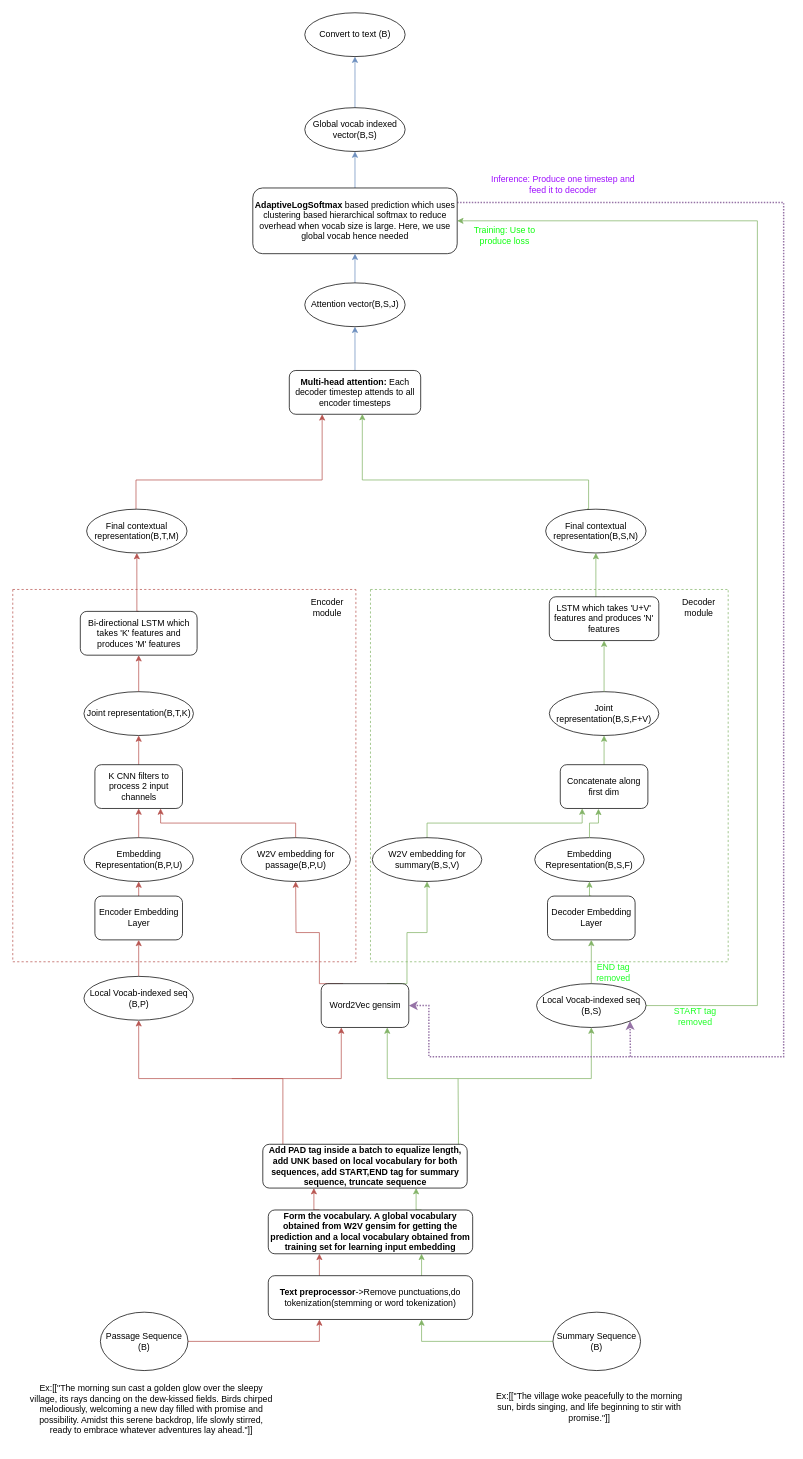
This is documentation/model_architecture_LSTM_CNN_W2V_with_attention.drawio from akshaygrao77/Text-Summarization, a draw.io file, before an edit. Source tidied: cells renumbered, new cells numbered last; positions are measured from the earlier drawing's top-left corner, leaving out a move shared by most shapes. Both pictures are drawn from the tidied source at 73%, with x=0, y=0 at pixel (12, 12).
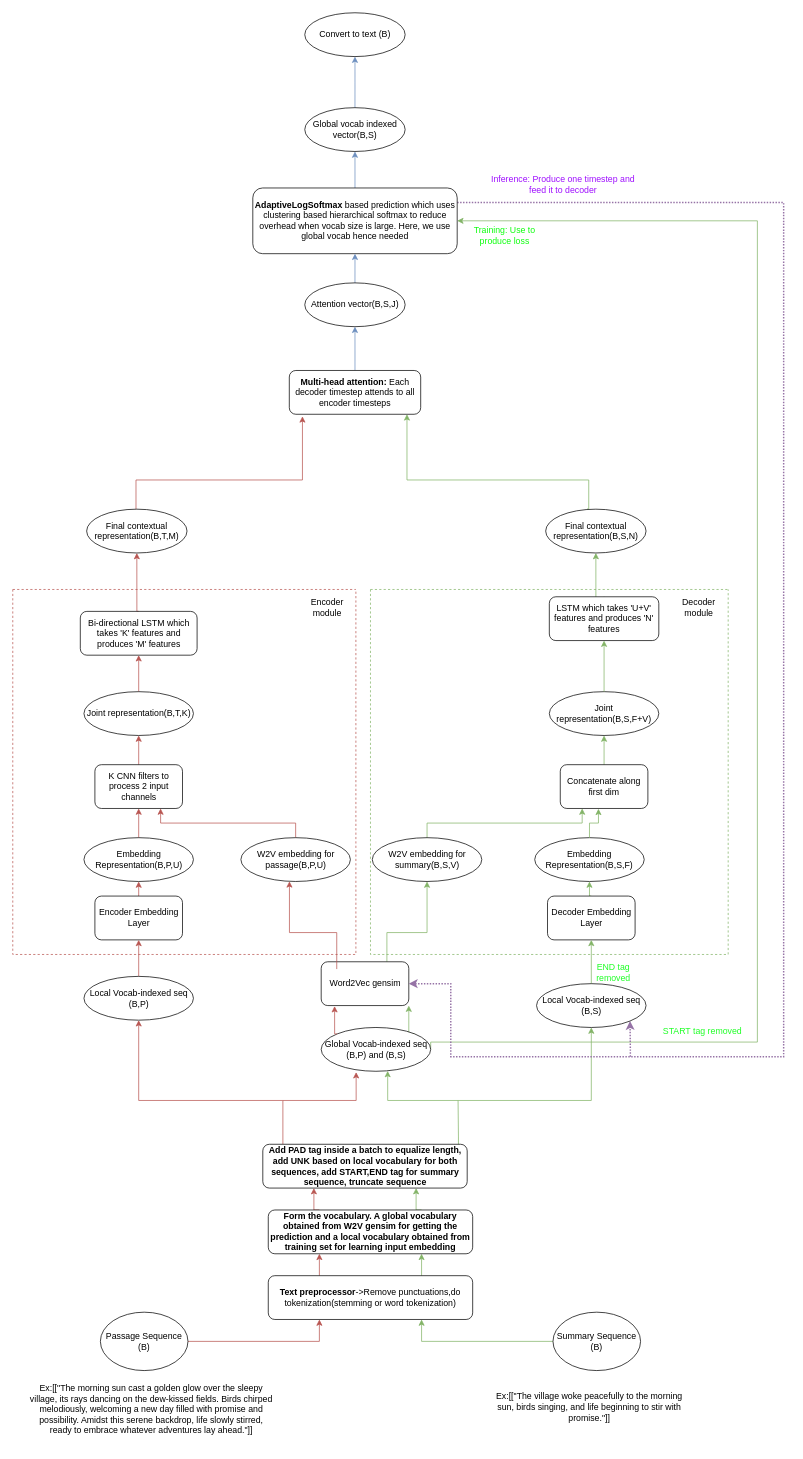
After the change.

The change refers to these unchanged cells:
```xml
<mxCell id="25" value="Local Vocab-indexed seq&lt;div&gt;(B,P)&lt;/div&gt;" style="ellipse;whiteSpace=wrap;html=1;" parent="1" vertex="1">
  <mxGeometry x="97.5" y="1320" width="150" height="60" as="geometry" />
</mxCell>
<mxCell id="29" value="Local Vocab-indexed seq&lt;div&gt;(B,S)&lt;/div&gt;" style="ellipse;whiteSpace=wrap;html=1;" parent="1" vertex="1">
  <mxGeometry x="717.5" y="1330" width="150" height="60" as="geometry" />
</mxCell>
<mxCell id="32" value="W2V embedding for passage(B,P,U)" style="ellipse;whiteSpace=wrap;html=1;" parent="1" vertex="1">
  <mxGeometry x="312.5" y="1130" width="150" height="60" as="geometry" />
</mxCell>
<mxCell id="34" value="&lt;div&gt;W2V embedding for summary(B,S,V)&lt;/div&gt;" style="ellipse;whiteSpace=wrap;html=1;" parent="1" vertex="1">
  <mxGeometry x="492.5" y="1130" width="150" height="60" as="geometry" />
</mxCell>
<mxCell id="35" value="&lt;b&gt;Add PAD tag inside a batch to equalize length, add UNK based on local vocabulary for both sequences, add START,END tag for summary sequence, truncate sequence&lt;/b&gt;" style="rounded=1;whiteSpace=wrap;html=1;" parent="1" vertex="1">
  <mxGeometry x="342.5" y="1550" width="280" height="60" as="geometry" />
</mxCell>
<mxCell id="49" value="&lt;b&gt;Multi-head attention: &lt;/b&gt;Each decoder timestep attends to all encoder timesteps" style="rounded=1;whiteSpace=wrap;html=1;" parent="1" vertex="1">
  <mxGeometry x="378.8" y="490" width="180" height="60" as="geometry" />
</mxCell>
<mxCell id="52" value="Final contextual representation(B,S,N)" style="ellipse;whiteSpace=wrap;html=1;" parent="1" vertex="1">
  <mxGeometry x="730" y="680" width="137.5" height="60" as="geometry" />
</mxCell>
<mxCell id="55" value="&lt;b&gt;AdaptiveLogSoftmax &lt;/b&gt;based prediction&lt;b&gt;&amp;nbsp;&lt;/b&gt;which uses clustering based hierarchical softmax to reduce overhead when vocab size is large. Here, we use global vocab hence needed" style="rounded=1;whiteSpace=wrap;html=1;" parent="1" vertex="1">
  <mxGeometry x="328.8" y="240" width="280" height="90" as="geometry" />
</mxCell>
```

Diff of the diagram source:
```diff
@@
-    <mxCell id="4" style="edgeStyle=orthogonalEdgeStyle;rounded=0;jettySize=auto;html=1;exitX=0.25;exitY=0;exitDx=0;exitDy=0;fillColor=#f8cecc;strokeColor=#b85450;" parent="1" edge="1" source="6" target="32">
-      <mxGeometry relative="1" as="geometry">
-        <Array as="points">
-          <mxPoint x="420" y="1330" />
-          <mxPoint x="420" y="1260" />
-          <mxPoint x="388" y="1260" />
-        </Array>
-      </mxGeometry>
-    </mxCell>
     <mxCell id="5" style="edgeStyle=orthogonalEdgeStyle;rounded=0;jettySize=auto;html=1;exitX=0.75;exitY=0;exitDx=0;exitDy=0;entryX=0.5;entryY=1;entryDx=0;entryDy=0;fillColor=#d5e8d4;strokeColor=#82b366;" parent="1" edge="1" source="6" target="34">
       <mxGeometry relative="1" as="geometry">
         <Array as="points">
-          <mxPoint x="540" y="1330" />
-          <mxPoint x="540" y="1260" />
+          <mxPoint x="513" y="1260" />
           <mxPoint x="568" y="1260" />
         </Array>
       </mxGeometry>
     </mxCell>
     <mxCell id="6" value="Word2Vec gensim" style="rounded=1;whiteSpace=wrap;html=1;" parent="1" vertex="1">
-      <mxGeometry x="422.5" y="1330" width="120" height="60" as="geometry" />
+      <mxGeometry x="422.5" y="1300" width="120" height="60" as="geometry" />
     </mxCell>
@@
     <mxCell id="18" style="edgeStyle=orthogonalEdgeStyle;rounded=0;orthogonalLoop=1;jettySize=auto;html=1;fillColor=#d5e8d4;strokeColor=#82b366;exitX=0.957;exitY=-0.02;exitDx=0;exitDy=0;exitPerimeter=0;" parent="1" edge="1">
       <mxGeometry relative="1" as="geometry">
         <mxPoint x="610.5" y="1568.8" as="sourcePoint" />
         <mxPoint x="792.5" y="1390" as="targetPoint" />
         <Array as="points">
           <mxPoint x="611" y="1540" />
-          <mxPoint x="610" y="1460" />
-          <mxPoint x="793" y="1460" />
+          <mxPoint x="610" y="1490" />
+          <mxPoint x="793" y="1490" />
         </Array>
       </mxGeometry>
     </mxCell>
-    <mxCell id="19" style="edgeStyle=orthogonalEdgeStyle;rounded=0;jettySize=auto;html=1;fillColor=#f8cecc;strokeColor=#b85450;" parent="1" edge="1" target="6">
+    <mxCell id="19" style="edgeStyle=orthogonalEdgeStyle;rounded=0;jettySize=auto;html=1;fillColor=#f8cecc;strokeColor=#b85450;entryX=0.319;entryY=1.02;entryDx=0;entryDy=0;entryPerimeter=0;" parent="1" edge="1" target="75">
       <mxGeometry relative="1" as="geometry">
-        <mxPoint x="300" y="1460" as="sourcePoint" />
+        <mxPoint x="370" y="1490" as="sourcePoint" />
         <Array as="points">
-          <mxPoint x="450" y="1460" />
+          <mxPoint x="470" y="1490" />
         </Array>
       </mxGeometry>
     </mxCell>
-    <mxCell id="20" style="edgeStyle=orthogonalEdgeStyle;rounded=0;jettySize=auto;html=1;fillColor=#d5e8d4;strokeColor=#82b366;" parent="1" edge="1" target="6">
+    <mxCell id="20" style="edgeStyle=orthogonalEdgeStyle;rounded=0;jettySize=auto;html=1;fillColor=#d5e8d4;strokeColor=#82b366;entryX=0.607;entryY=0.993;entryDx=0;entryDy=0;entryPerimeter=0;" parent="1" edge="1" target="75">
       <mxGeometry relative="1" as="geometry">
-        <mxPoint x="610" y="1460" as="sourcePoint" />
+        <mxPoint x="610" y="1490" as="sourcePoint" />
         <Array as="points">
-          <mxPoint x="513" y="1460" />
+          <mxPoint x="514" y="1490" />
         </Array>
       </mxGeometry>
     </mxCell>
@@
-    <mxCell id="27" style="edgeStyle=orthogonalEdgeStyle;rounded=0;jettySize=auto;html=1;exitX=1;exitY=0.5;exitDx=0;exitDy=0;entryX=1;entryY=0.5;entryDx=0;entryDy=0;fillColor=#d5e8d4;strokeColor=#82b366;" parent="1" edge="1" source="29" target="55">
+    <mxCell id="27" style="edgeStyle=orthogonalEdgeStyle;rounded=0;jettySize=auto;html=1;exitX=1;exitY=0.5;exitDx=0;exitDy=0;entryX=1;entryY=0.5;entryDx=0;entryDy=0;fillColor=#d5e8d4;strokeColor=#82b366;" parent="1" edge="1" source="75" target="55">
       <mxGeometry relative="1" as="geometry">
         <Array as="points">
-          <mxPoint x="1020" y="1360" />
+          <mxPoint x="1020" y="1410" />
           <mxPoint x="1020" y="285" />
         </Array>
       </mxGeometry>
     </mxCell>
@@
     <mxCell id="30" style="edgeStyle=orthogonalEdgeStyle;rounded=0;jettySize=auto;html=1;entryX=0.5;entryY=1;entryDx=0;entryDy=0;fillColor=#f8cecc;strokeColor=#b85450;" parent="1" edge="1" source="35" target="25">
       <mxGeometry relative="1" as="geometry">
         <Array as="points">
-          <mxPoint x="370" y="1460" />
-          <mxPoint x="173" y="1460" />
+          <mxPoint x="370" y="1490" />
+          <mxPoint x="173" y="1490" />
         </Array>
       </mxGeometry>
     </mxCell>
@@
-    <mxCell id="43" style="edgeStyle=orthogonalEdgeStyle;rounded=0;jettySize=auto;html=1;entryX=0.25;entryY=1;entryDx=0;entryDy=0;fillColor=#f8cecc;strokeColor=#b85450;" parent="1" edge="1" target="49">
+    <mxCell id="43" style="edgeStyle=orthogonalEdgeStyle;rounded=0;jettySize=auto;html=1;entryX=0.1;entryY=1.047;entryDx=0;entryDy=0;fillColor=#f8cecc;strokeColor=#b85450;entryPerimeter=0;" parent="1" edge="1" target="49">
       <mxGeometry relative="1" as="geometry">
         <mxPoint x="168.8" y="680" as="sourcePoint" />
         <Array as="points">
-          <mxPoint x="168.8" y="640" />
-          <mxPoint x="423.8" y="640" />
+          <mxPoint x="169" y="640" />
+          <mxPoint x="397" y="640" />
         </Array>
       </mxGeometry>
     </mxCell>
@@
-    <mxCell id="50" style="edgeStyle=orthogonalEdgeStyle;rounded=0;jettySize=auto;html=1;entryX=0.613;entryY=0.993;entryDx=0;entryDy=0;entryPerimeter=0;fillColor=#d5e8d4;strokeColor=#82b366;exitX=0.413;exitY=-0.007;exitDx=0;exitDy=0;exitPerimeter=0;" parent="1" edge="1" source="52">
+    <mxCell id="50" style="edgeStyle=orthogonalEdgeStyle;rounded=0;jettySize=auto;html=1;fillColor=#d5e8d4;strokeColor=#82b366;exitX=0.413;exitY=-0.007;exitDx=0;exitDy=0;exitPerimeter=0;" parent="1" edge="1" source="52" target="49">
       <mxGeometry relative="1" as="geometry">
-        <mxPoint x="478.8" y="549.6" as="targetPoint" />
         <Array as="points">
-          <mxPoint x="788.8" y="680" />
-          <mxPoint x="788.8" y="640" />
-          <mxPoint x="478.8" y="640" />
+          <mxPoint x="789" y="680" />
+          <mxPoint x="789" y="640" />
+          <mxPoint x="540" y="640" />
         </Array>
       </mxGeometry>
     </mxCell>
@@
     <mxCell id="54" style="edgeStyle=orthogonalEdgeStyle;rounded=0;jettySize=auto;html=1;entryX=1;entryY=0.5;entryDx=0;entryDy=0;fillColor=#e1d5e7;strokeColor=#9673a6;dashed=1;dashPattern=1 1;endArrow=classic;endFill=1;strokeWidth=2;" parent="1" edge="1" source="55" target="6">
       <mxGeometry relative="1" as="geometry">
         <Array as="points">
           <mxPoint x="1056" y="260" />
           <mxPoint x="1056" y="1430" />
-          <mxPoint x="570" y="1430" />
-          <mxPoint x="570" y="1360" />
+          <mxPoint x="600" y="1430" />
+          <mxPoint x="600" y="1330" />
         </Array>
       </mxGeometry>
     </mxCell>
@@
     <mxCell id="58" style="swimlane;startSize=0;dashed=1;fillColor=#f8cecc;strokeColor=#b85450;" parent="1" vertex="1">
-      <mxGeometry y="790" width="470" height="510" as="geometry" />
+      <mxGeometry y="790" width="470" height="500" as="geometry" />
     </mxCell>
@@
+    <mxCell id="4" style="edgeStyle=orthogonalEdgeStyle;rounded=0;jettySize=auto;html=1;exitX=0.25;exitY=0;exitDx=0;exitDy=0;fillColor=#f8cecc;strokeColor=#b85450;" parent="58" edge="1" target="32">
+      <mxGeometry relative="1" as="geometry">
+        <mxPoint x="443.8" y="520" as="sourcePoint" />
+        <Array as="points">
+          <mxPoint x="444" y="470" />
+          <mxPoint x="379" y="470" />
+        </Array>
+      </mxGeometry>
+    </mxCell>
     <mxCell id="60" style="swimlane;startSize=0;dashed=1;fillColor=#d5e8d4;strokeColor=#82b366;" parent="1" vertex="1">
-      <mxGeometry x="490" y="790" width="490" height="510" as="geometry" />
+      <mxGeometry x="490" y="790" width="490" height="500" as="geometry" />
     </mxCell>
@@
     <mxCell id="71" value="&lt;font color=&quot;#1fff26&quot;&gt;START tag removed&lt;/font&gt;" style="text;html=1;align=center;verticalAlign=middle;whiteSpace=wrap;rounded=0;" parent="1" vertex="1">
-      <mxGeometry x="900" y="1360" width="70" height="30" as="geometry" />
+      <mxGeometry x="880" y="1380" width="130" height="30" as="geometry" />
     </mxCell>
@@
+    <mxCell id="74" style="edgeStyle=orthogonalEdgeStyle;rounded=0;jettySize=auto;html=1;exitX=1;exitY=0;exitDx=0;exitDy=0;entryX=1;entryY=1;entryDx=0;entryDy=0;fillColor=#d5e8d4;strokeColor=#82b366;" parent="1" edge="1" source="75" target="6">
+      <mxGeometry relative="1" as="geometry" />
+    </mxCell>
+    <mxCell id="75" value="Global Vocab-indexed seq&lt;div&gt;(B,P) and (B,S)&lt;/div&gt;" style="ellipse;whiteSpace=wrap;html=1;" parent="1" vertex="1">
+      <mxGeometry x="422.5" y="1390" width="150" height="60" as="geometry" />
+    </mxCell>
+    <mxCell id="76" style="edgeStyle=orthogonalEdgeStyle;rounded=0;jettySize=auto;html=1;exitX=0;exitY=0;exitDx=0;exitDy=0;entryX=0.153;entryY=1.013;entryDx=0;entryDy=0;entryPerimeter=0;fillColor=#f8cecc;strokeColor=#b85450;" parent="1" edge="1" source="75" target="6">
+      <mxGeometry relative="1" as="geometry" />
+    </mxCell>
```
